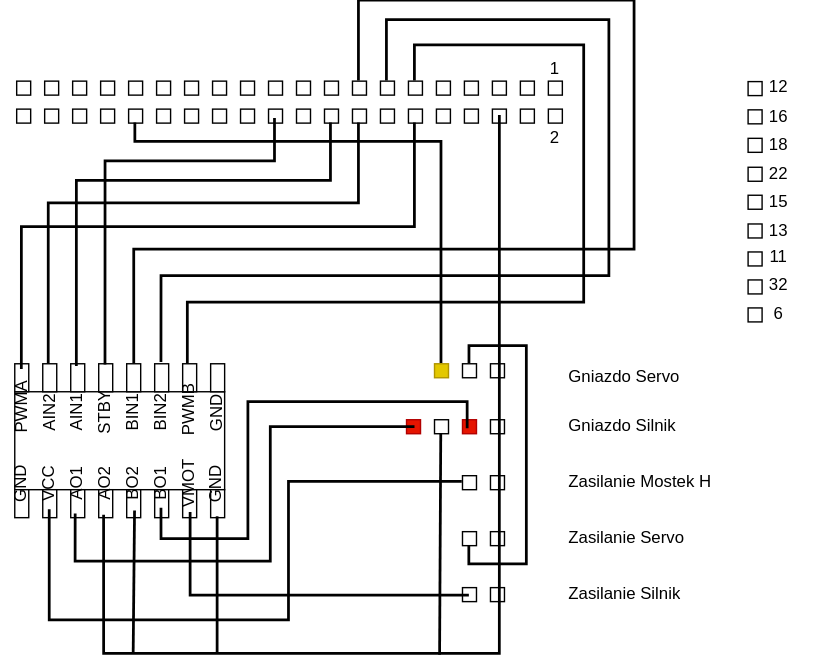
Earlier version of the draw.io export scheme/rc_car_diagram_idc_socket.svg (MariuszBorek/rc-car). Source tidied: cells renumbered, new cells last; positions are measured from the earlier drawing's top-left corner, leaving out a move shared by most shapes.
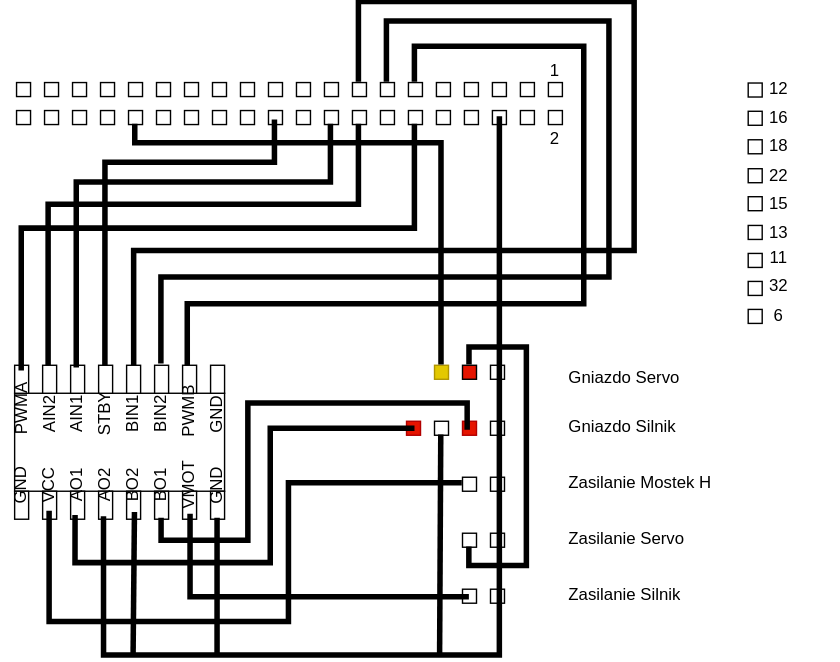
After the commit.

Diff of the diagram source:
```diff
@@ -8,25 +8,25 @@
     <mxCell id="3" style="rounded=0;whiteSpace=wrap;html=1;" parent="1" vertex="1">
       <mxGeometry x="24.9" y="349.5" width="10" height="20" as="geometry" />
     </mxCell>
-    <mxCell id="4" style="rounded=0;whiteSpace=wrap;html=1;" parent="1" vertex="1">
+    <mxCell id="4" style="rounded=0;whiteSpace=wrap;html=1;fillColor=light-dark(#FFFFFF,#FF0000);" parent="1" vertex="1">
       <mxGeometry x="44.9" y="349.5" width="10" height="20" as="geometry" />
     </mxCell>
-    <mxCell id="5" style="rounded=0;whiteSpace=wrap;html=1;" parent="1" vertex="1">
+    <mxCell id="5" style="rounded=0;whiteSpace=wrap;html=1;fillColor=light-dark(#FFFFFF,#FF8000);" parent="1" vertex="1">
       <mxGeometry x="64.9" y="349.5" width="10" height="20" as="geometry" />
     </mxCell>
-    <mxCell id="6" style="rounded=0;whiteSpace=wrap;html=1;" parent="1" vertex="1">
+    <mxCell id="6" style="rounded=0;whiteSpace=wrap;html=1;fillColor=light-dark(#FFFFFF,#808080);" parent="1" vertex="1">
       <mxGeometry x="84.9" y="349.5" width="10" height="20" as="geometry" />
     </mxCell>
-    <mxCell id="7" style="rounded=0;whiteSpace=wrap;html=1;" parent="1" vertex="1">
+    <mxCell id="7" style="rounded=0;whiteSpace=wrap;html=1;fillColor=light-dark(#FFFFFF,#808080);" parent="1" vertex="1">
       <mxGeometry x="104.9" y="349.5" width="10" height="20" as="geometry" />
     </mxCell>
-    <mxCell id="8" style="rounded=0;whiteSpace=wrap;html=1;" parent="1" vertex="1">
+    <mxCell id="8" style="rounded=0;whiteSpace=wrap;html=1;fillColor=light-dark(#FFFFFF,#FF8000);" parent="1" vertex="1">
       <mxGeometry x="124.9" y="349.5" width="10" height="20" as="geometry" />
     </mxCell>
-    <mxCell id="9" style="rounded=0;whiteSpace=wrap;html=1;" parent="1" vertex="1">
+    <mxCell id="9" style="rounded=0;whiteSpace=wrap;html=1;fillColor=light-dark(#FFFFFF,#FF0000);" parent="1" vertex="1">
       <mxGeometry x="144.9" y="349.5" width="10" height="20" as="geometry" />
     </mxCell>
-    <mxCell id="10" style="rounded=0;whiteSpace=wrap;html=1;" parent="1" vertex="1">
+    <mxCell id="10" style="rounded=0;whiteSpace=wrap;html=1;fillColor=light-dark(#FFFFFF,#808080);" parent="1" vertex="1">
       <mxGeometry x="164.9" y="349.5" width="10" height="20" as="geometry" />
     </mxCell>
     <mxCell id="11" style="rounded=0;whiteSpace=wrap;html=1;fillColor=light-dark(#FFFFFF,#00FFFF);" parent="1" vertex="1">
@@ -53,40 +53,40 @@
     <mxCell id="18" style="rounded=0;whiteSpace=wrap;html=1;" parent="1" vertex="1">
       <mxGeometry x="164.9" y="259.5" width="10" height="20" as="geometry" />
     </mxCell>
-    <mxCell id="19" style="rounded=0;whiteSpace=wrap;html=1;" parent="1" vertex="1">
+    <mxCell id="19" style="rounded=0;whiteSpace=wrap;html=1;fillColor=light-dark(#FFFFFF,#808080);" parent="1" vertex="1">
       <mxGeometry x="364.9" y="259.5" width="10" height="10" as="geometry" />
     </mxCell>
-    <mxCell id="20" style="rounded=0;whiteSpace=wrap;html=1;fillColor=light-dark(#FFFFFF,#FF0000);" parent="1" vertex="1">
+    <mxCell id="20" style="rounded=0;whiteSpace=wrap;html=1;fillColor=light-dark(#E51400,#FF8000);" parent="1" vertex="1">
       <mxGeometry x="344.9" y="259.5" width="10" height="10" as="geometry" />
     </mxCell>
     <mxCell id="21" style="rounded=0;whiteSpace=wrap;html=1;fillColor=light-dark(#E3C800,#FFFF00);fontColor=#000000;strokeColor=light-dark(#B09500,#FFFFFF);" parent="1" vertex="1">
       <mxGeometry x="324.9" y="259.5" width="10" height="10" as="geometry" />
     </mxCell>
-    <mxCell id="22" style="rounded=0;whiteSpace=wrap;html=1;" parent="1" vertex="1">
+    <mxCell id="22" style="rounded=0;whiteSpace=wrap;html=1;fillColor=light-dark(#FFFFFF,#808080);" parent="1" vertex="1">
       <mxGeometry x="364.9" y="299.5" width="10" height="10" as="geometry" />
     </mxCell>
-    <mxCell id="23" style="rounded=0;whiteSpace=wrap;html=1;fillColor=light-dark(#E51400,#FF0000);fontColor=#ffffff;strokeColor=#B20000;" parent="1" vertex="1">
+    <mxCell id="23" style="rounded=0;whiteSpace=wrap;html=1;fillColor=light-dark(#E51400,#FF8000);fontColor=#ffffff;strokeColor=#B20000;" parent="1" vertex="1">
       <mxGeometry x="344.9" y="299.5" width="10" height="10" as="geometry" />
     </mxCell>
-    <mxCell id="24" style="rounded=0;whiteSpace=wrap;html=1;" parent="1" vertex="1">
+    <mxCell id="24" style="rounded=0;whiteSpace=wrap;html=1;fillColor=light-dark(#FFFFFF,#808080);" parent="1" vertex="1">
       <mxGeometry x="324.9" y="299.5" width="10" height="10" as="geometry" />
     </mxCell>
-    <mxCell id="25" style="rounded=0;whiteSpace=wrap;html=1;fillColor=light-dark(#E51400,#FF0000);fontColor=#ffffff;strokeColor=light-dark(#B20000,#FFFFFF);" parent="1" vertex="1">
+    <mxCell id="25" style="rounded=0;whiteSpace=wrap;html=1;fillColor=light-dark(#E51400,#FF8000);fontColor=#ffffff;strokeColor=light-dark(#B20000,#FFFFFF);" parent="1" vertex="1">
       <mxGeometry x="304.9" y="299.5" width="10" height="10" as="geometry" />
     </mxCell>
-    <mxCell id="26" style="rounded=0;whiteSpace=wrap;html=1;" parent="1" vertex="1">
+    <mxCell id="26" style="rounded=0;whiteSpace=wrap;html=1;fillColor=light-dark(#FFFFFF,#808080);" parent="1" vertex="1">
       <mxGeometry x="364.9" y="339.5" width="10" height="10" as="geometry" />
     </mxCell>
     <mxCell id="27" style="rounded=0;whiteSpace=wrap;html=1;fillColor=light-dark(#FFFFFF,#FF0000);" parent="1" vertex="1">
       <mxGeometry x="344.9" y="339.5" width="10" height="10" as="geometry" />
     </mxCell>
-    <mxCell id="28" style="rounded=0;whiteSpace=wrap;html=1;" parent="1" vertex="1">
+    <mxCell id="28" style="rounded=0;whiteSpace=wrap;html=1;fillColor=light-dark(#FFFFFF,#808080);" parent="1" vertex="1">
       <mxGeometry x="364.9" y="379.5" width="10" height="10" as="geometry" />
     </mxCell>
     <mxCell id="29" style="rounded=0;whiteSpace=wrap;html=1;fillColor=light-dark(#FFFFFF,#FF0000);" parent="1" vertex="1">
       <mxGeometry x="344.9" y="379.5" width="10" height="10" as="geometry" />
     </mxCell>
-    <mxCell id="30" style="rounded=0;whiteSpace=wrap;html=1;" parent="1" vertex="1">
+    <mxCell id="30" style="rounded=0;whiteSpace=wrap;html=1;fillColor=light-dark(#FFFFFF,#808080);" parent="1" vertex="1">
       <mxGeometry x="364.9" y="419.5" width="10" height="10" as="geometry" />
     </mxCell>
     <mxCell id="31" style="rounded=0;whiteSpace=wrap;html=1;fillColor=light-dark(#FFFFFF,#FF0000);" parent="1" vertex="1">
@@ -129,7 +129,7 @@
       <mxGeometry x="119.9" y="330.3" width="60" height="30" as="geometry" />
     </mxCell>
     <mxCell id="44" value="GND" style="text;html=1;whiteSpace=wrap;strokeColor=none;fillColor=none;align=center;verticalAlign=middle;rounded=0;rotation=-90;" parent="1" vertex="1">
-      <mxGeometry x="139.2" y="330.5" width="60" height="30" as="geometry" />
+      <mxGeometry x="140.2" y="330.5" width="60" height="30" as="geometry" />
     </mxCell>
     <mxCell id="45" value="AIN2" style="text;html=1;whiteSpace=wrap;strokeColor=none;fillColor=none;align=center;verticalAlign=middle;rounded=0;rotation=-90;imageAlign=left;" parent="1" vertex="1">
       <mxGeometry x="19.9" y="279.7" width="60" height="30" as="geometry" />
@@ -257,7 +257,7 @@
     <mxCell id="86" style="rounded=0;whiteSpace=wrap;html=1;fillColor=light-dark(#FFFFFF,#994C00);" parent="1" vertex="1">
       <mxGeometry x="266.2" y="77.5" width="10" height="10" as="geometry" />
     </mxCell>
-    <mxCell id="87" style="rounded=0;whiteSpace=wrap;html=1;fillColor=light-dark(#FFFFFF,#000000);" parent="1" vertex="1">
+    <mxCell id="87" style="rounded=0;whiteSpace=wrap;html=1;fillColor=light-dark(#FFFFFF,#808080);" parent="1" vertex="1">
       <mxGeometry x="366.2" y="77.5" width="10" height="10" as="geometry" />
     </mxCell>
     <mxCell id="88" style="rounded=0;whiteSpace=wrap;html=1;fillColor=light-dark(#FFFFFF,#33FFFF);" parent="1" vertex="1">
@@ -332,10 +332,10 @@
     <mxCell id="111" style="rounded=0;whiteSpace=wrap;html=1;fillColor=light-dark(#FFFFFF,#FFFF00);" parent="1" vertex="1">
       <mxGeometry x="549" y="199.6" width="10" height="10" as="geometry" />
     </mxCell>
-    <mxCell id="112" style="rounded=0;whiteSpace=wrap;html=1;fillColor=light-dark(#FFFFFF,#000000);" parent="1" vertex="1">
+    <mxCell id="112" style="rounded=0;whiteSpace=wrap;html=1;fillColor=light-dark(#FFFFFF,#808080);" parent="1" vertex="1">
       <mxGeometry x="549" y="219.6" width="10" height="10" as="geometry" />
     </mxCell>
-    <mxCell id="113" style="endArrow=none;html=1;rounded=0;strokeColor=light-dark(#000000,#FF0000);strokeWidth=1.9685;edgeStyle=orthogonalEdgeStyle;" parent="1" edge="1" source="29" target="20">
+    <mxCell id="113" style="endArrow=none;html=1;rounded=0;strokeColor=light-dark(#000000,#FF8000);strokeWidth=3.937;edgeStyle=orthogonalEdgeStyle;" parent="1" edge="1" source="29" target="20">
       <mxGeometry relative="1" as="geometry">
         <Array as="points">
           <mxPoint x="350" y="403" />
@@ -345,8 +345,9 @@
         </Array>
       </mxGeometry>
     </mxCell>
-    <mxCell id="114" style="endArrow=none;html=1;rounded=0;entryX=0.384;entryY=0.665;entryDx=0;entryDy=0;entryPerimeter=0;exitX=0.206;exitY=0.5;exitDx=0;exitDy=0;exitPerimeter=0;strokeColor=light-dark(#000000,#FF0000);orthogonal=0;strokeWidth=1.9685;edgeStyle=orthogonalEdgeStyle;" parent="1" edge="1" source="42" target="23">
+    <mxCell id="114" style="endArrow=none;html=1;rounded=0;entryX=0.384;entryY=0.665;entryDx=0;entryDy=0;entryPerimeter=0;strokeColor=light-dark(#000000,#FF8000);orthogonal=0;strokeWidth=3.937;edgeStyle=orthogonalEdgeStyle;" parent="1" edge="1" target="23">
       <mxGeometry relative="1" as="geometry">
+        <mxPoint x="130" y="369" as="sourcePoint" />
         <Array as="points">
           <mxPoint x="130" y="385" />
           <mxPoint x="192" y="385" />
@@ -355,7 +356,7 @@
         </Array>
       </mxGeometry>
     </mxCell>
-    <mxCell id="115" style="endArrow=none;html=1;rounded=0;exitX=0.007;exitY=0.602;exitDx=0;exitDy=0;exitPerimeter=0;entryX=0.989;entryY=0.008;entryDx=0;entryDy=0;entryPerimeter=0;strokeColor=light-dark(#000000,#FF0000);strokeWidth=1.9685;edgeStyle=orthogonalEdgeStyle;" parent="1" edge="1">
+    <mxCell id="115" style="endArrow=none;html=1;rounded=0;exitX=0.007;exitY=0.602;exitDx=0;exitDy=0;exitPerimeter=0;entryX=0.989;entryY=0.008;entryDx=0;entryDy=0;entryPerimeter=0;strokeColor=light-dark(#000000,#FF8000);strokeWidth=3.937;edgeStyle=orthogonalEdgeStyle;" parent="1" edge="1">
       <mxGeometry relative="1" as="geometry">
         <mxPoint x="68.5" y="367" as="sourcePoint" />
         <mxPoint x="311.1" y="305" as="targetPoint" />
@@ -366,7 +367,7 @@
         </Array>
       </mxGeometry>
     </mxCell>
-    <mxCell id="116" style="endArrow=none;html=1;rounded=0;strokeColor=light-dark(#000000,#FF0000);strokeWidth=1.9685;edgeStyle=orthogonalEdgeStyle;" parent="1" edge="1" target="27">
+    <mxCell id="116" style="endArrow=none;html=1;rounded=0;strokeColor=light-dark(#000000,#FF0000);strokeWidth=3.937;edgeStyle=orthogonalEdgeStyle;" parent="1" edge="1" target="27">
       <mxGeometry relative="1" as="geometry">
         <mxPoint x="50" y="364" as="sourcePoint" />
         <Array as="points">
@@ -376,7 +377,7 @@
         </Array>
       </mxGeometry>
     </mxCell>
-    <mxCell id="117" style="endArrow=none;html=1;rounded=0;exitX=0.008;exitY=0.043;exitDx=0;exitDy=0;exitPerimeter=0;entryX=0.996;entryY=0.992;entryDx=0;entryDy=0;entryPerimeter=0;strokeColor=light-dark(#000000,#FF0000);strokeWidth=1.9685;edgeStyle=orthogonalEdgeStyle;" parent="1" edge="1">
+    <mxCell id="117" style="endArrow=none;html=1;rounded=0;exitX=0.008;exitY=0.043;exitDx=0;exitDy=0;exitPerimeter=0;entryX=0.996;entryY=0.992;entryDx=0;entryDy=0;entryPerimeter=0;strokeColor=light-dark(#000000,#FF0000);strokeWidth=3.937;edgeStyle=orthogonalEdgeStyle;" parent="1" edge="1">
       <mxGeometry relative="1" as="geometry">
         <mxPoint x="150.7" y="366" as="sourcePoint" />
         <mxPoint x="349.9" y="425.3" as="targetPoint" />
@@ -385,7 +386,7 @@
         </Array>
       </mxGeometry>
     </mxCell>
-    <mxCell id="118" style="endArrow=none;html=1;rounded=0;entryX=0.233;entryY=0.014;entryDx=0;entryDy=0;entryPerimeter=0;exitX=0.746;exitY=0;exitDx=0;exitDy=0;exitPerimeter=0;strokeColor=light-dark(#000000,#808080);strokeWidth=1.9685;edgeStyle=orthogonalEdgeStyle;" parent="1" edge="1">
+    <mxCell id="118" style="endArrow=none;html=1;rounded=0;entryX=0.233;entryY=0.014;entryDx=0;entryDy=0;entryPerimeter=0;exitX=0.746;exitY=0;exitDx=0;exitDy=0;exitPerimeter=0;strokeColor=light-dark(#000000,#808080);strokeWidth=3.937;edgeStyle=orthogonalEdgeStyle;" parent="1" edge="1">
       <mxGeometry relative="1" as="geometry">
         <mxPoint x="371.7" y="82.1" as="sourcePoint" />
         <mxPoint x="88.9" y="367.9" as="targetPoint" />
@@ -395,19 +396,19 @@
         </Array>
       </mxGeometry>
     </mxCell>
-    <mxCell id="119" style="endArrow=none;html=1;rounded=0;strokeColor=light-dark(#000000,#808080);strokeWidth=1.9685;" parent="1" edge="1">
+    <mxCell id="119" style="endArrow=none;html=1;rounded=0;strokeColor=light-dark(#000000,#808080);strokeWidth=3.937;" parent="1" edge="1">
       <mxGeometry relative="1" as="geometry">
         <mxPoint x="170" y="467" as="sourcePoint" />
         <mxPoint x="170" y="369" as="targetPoint" />
       </mxGeometry>
     </mxCell>
-    <mxCell id="120" style="endArrow=none;html=1;rounded=0;entryX=0.252;entryY=0.005;entryDx=0;entryDy=0;entryPerimeter=0;strokeColor=light-dark(#000000,#808080);strokeWidth=1.9685;" parent="1" edge="1">
+    <mxCell id="120" style="endArrow=none;html=1;rounded=0;entryX=0.252;entryY=0.005;entryDx=0;entryDy=0;entryPerimeter=0;strokeColor=light-dark(#000000,#808080);strokeWidth=3.937;" parent="1" edge="1">
       <mxGeometry relative="1" as="geometry">
         <mxPoint x="110" y="467" as="sourcePoint" />
         <mxPoint x="111" y="364.8" as="targetPoint" />
       </mxGeometry>
     </mxCell>
-    <mxCell id="121" style="endArrow=none;html=1;rounded=0;exitX=0.359;exitY=0.962;exitDx=0;exitDy=0;exitPerimeter=0;strokeColor=light-dark(#000000,#00FFFF);strokeWidth=1.9685;edgeStyle=orthogonalEdgeStyle;" parent="1" edge="1" target="88">
+    <mxCell id="121" style="endArrow=none;html=1;rounded=0;exitX=0.359;exitY=0.962;exitDx=0;exitDy=0;exitPerimeter=0;strokeColor=light-dark(#000000,#00FFFF);strokeWidth=3.937;edgeStyle=orthogonalEdgeStyle;" parent="1" edge="1" target="88">
       <mxGeometry relative="1" as="geometry">
         <mxPoint x="30.1" y="263.7" as="sourcePoint" />
         <Array as="points">
@@ -416,7 +417,7 @@
         </Array>
       </mxGeometry>
     </mxCell>
-    <mxCell id="122" style="endArrow=none;html=1;rounded=0;exitX=0.442;exitY=0.018;exitDx=0;exitDy=0;exitPerimeter=0;strokeWidth=1.9685;strokeColor=light-dark(#000000,#994C00);edgeStyle=orthogonalEdgeStyle;" parent="1" edge="1" source="12" target="86">
+    <mxCell id="122" style="endArrow=none;html=1;rounded=0;exitX=0.442;exitY=0.018;exitDx=0;exitDy=0;exitPerimeter=0;strokeWidth=3.937;strokeColor=light-dark(#000000,#994C00);edgeStyle=orthogonalEdgeStyle;" parent="1" edge="1" source="12" target="86">
       <mxGeometry relative="1" as="geometry">
         <Array as="points">
           <mxPoint x="49" y="145" />
@@ -424,7 +425,7 @@
         </Array>
       </mxGeometry>
     </mxCell>
-    <mxCell id="123" style="endArrow=none;html=1;rounded=0;exitX=0.451;exitY=0.105;exitDx=0;exitDy=0;exitPerimeter=0;strokeWidth=1.9685;edgeStyle=orthogonalEdgeStyle;" parent="1" edge="1" source="13" target="84">
+    <mxCell id="123" style="endArrow=none;html=1;rounded=0;exitX=0.451;exitY=0.105;exitDx=0;exitDy=0;exitPerimeter=0;strokeWidth=3.937;edgeStyle=orthogonalEdgeStyle;" parent="1" edge="1" source="13" target="84">
       <mxGeometry relative="1" as="geometry">
         <Array as="points">
           <mxPoint x="69" y="129" />
@@ -432,7 +433,7 @@
         </Array>
       </mxGeometry>
     </mxCell>
-    <mxCell id="124" style="endArrow=none;html=1;rounded=0;exitX=0.499;exitY=0.047;exitDx=0;exitDy=0;exitPerimeter=0;entryX=0.476;entryY=0.693;entryDx=0;entryDy=0;entryPerimeter=0;strokeColor=light-dark(#000000,#007FFF);strokeWidth=1.9685;edgeStyle=orthogonalEdgeStyle;" parent="1" edge="1" source="14" target="79">
+    <mxCell id="124" style="endArrow=none;html=1;rounded=0;exitX=0.499;exitY=0.047;exitDx=0;exitDy=0;exitPerimeter=0;entryX=0.476;entryY=0.693;entryDx=0;entryDy=0;entryPerimeter=0;strokeColor=light-dark(#000000,#007FFF);strokeWidth=3.937;edgeStyle=orthogonalEdgeStyle;" parent="1" edge="1" source="14" target="79">
       <mxGeometry relative="1" as="geometry">
         <Array as="points">
           <mxPoint x="90" y="115" />
@@ -440,7 +441,7 @@
         </Array>
       </mxGeometry>
     </mxCell>
-    <mxCell id="125" style="endArrow=none;html=1;rounded=0;strokeWidth=1.9685;strokeColor=light-dark(#000000,#FFFF00);orthogonal=1;edgeStyle=orthogonalEdgeStyle;" parent="1" edge="1" source="83" target="21">
+    <mxCell id="125" style="endArrow=none;html=1;rounded=0;strokeWidth=3.937;strokeColor=light-dark(#000000,#FFFF00);orthogonal=1;edgeStyle=orthogonalEdgeStyle;" parent="1" edge="1" source="83" target="21">
       <mxGeometry relative="1" as="geometry">
         <Array as="points">
           <mxPoint x="111" y="101" />
@@ -448,7 +449,7 @@
         </Array>
       </mxGeometry>
     </mxCell>
-    <mxCell id="126" style="endArrow=none;html=1;rounded=0;exitX=0.556;exitY=0.018;exitDx=0;exitDy=0;exitPerimeter=0;strokeWidth=1.9685;strokeColor=light-dark(#000000,#00FF00);edgeStyle=orthogonalEdgeStyle;" parent="1" edge="1" source="15" target="66">
+    <mxCell id="126" style="endArrow=none;html=1;rounded=0;exitX=0.556;exitY=0.018;exitDx=0;exitDy=0;exitPerimeter=0;strokeWidth=3.937;strokeColor=light-dark(#000000,#00FF00);edgeStyle=orthogonalEdgeStyle;" parent="1" edge="1" source="15" target="66">
       <mxGeometry relative="1" as="geometry">
         <Array as="points">
           <mxPoint x="110" y="178" />
@@ -458,7 +459,7 @@
         </Array>
       </mxGeometry>
     </mxCell>
-    <mxCell id="127" style="endArrow=none;html=1;rounded=0;exitX=0.499;exitY=-0.039;exitDx=0;exitDy=0;exitPerimeter=0;strokeWidth=1.9685;strokeColor=light-dark(#000000,#FF8000);edgeStyle=orthogonalEdgeStyle;" parent="1" edge="1" source="16" target="65">
+    <mxCell id="127" style="endArrow=none;html=1;rounded=0;exitX=0.499;exitY=-0.039;exitDx=0;exitDy=0;exitPerimeter=0;strokeWidth=3.937;strokeColor=light-dark(#000000,#FF8000);edgeStyle=orthogonalEdgeStyle;" parent="1" edge="1" source="16" target="65">
       <mxGeometry relative="1" as="geometry">
         <Array as="points">
           <mxPoint x="130" y="197" />
@@ -468,7 +469,7 @@
         </Array>
       </mxGeometry>
     </mxCell>
-    <mxCell id="128" style="endArrow=none;html=1;rounded=0;exitX=0.384;exitY=0.018;exitDx=0;exitDy=0;exitPerimeter=0;strokeWidth=1.9685;strokeColor=light-dark(#000000,#7F00FF);edgeStyle=orthogonalEdgeStyle;" parent="1" edge="1" source="17" target="68">
+    <mxCell id="128" style="endArrow=none;html=1;rounded=0;exitX=0.384;exitY=0.018;exitDx=0;exitDy=0;exitPerimeter=0;strokeWidth=3.937;strokeColor=light-dark(#000000,#7F00FF);edgeStyle=orthogonalEdgeStyle;" parent="1" edge="1" source="17" target="68">
       <mxGeometry relative="1" as="geometry">
         <Array as="points">
           <mxPoint x="149" y="216" />
@@ -478,7 +479,7 @@
         </Array>
       </mxGeometry>
     </mxCell>
-    <mxCell id="129" style="endArrow=none;html=1;rounded=0;strokeWidth=1.9685;strokeColor=light-dark(#000000,#808080);" parent="1" edge="1" target="24">
+    <mxCell id="129" style="endArrow=none;html=1;rounded=0;strokeWidth=3.937;strokeColor=light-dark(#000000,#808080);" parent="1" edge="1" target="24">
       <mxGeometry relative="1" as="geometry">
         <mxPoint x="329" y="468" as="sourcePoint" />
       </mxGeometry>
```
